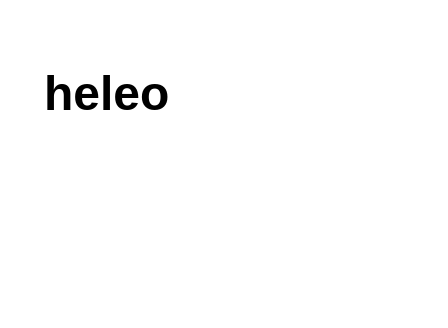
minhphonghp2003/image keeps this draw.io diagram as maldev.drawio. Above is the earlier version. Source tidied: cells renumbered, new cells numbered last; positions are measured from the earlier drawing's top-left corner, leaving out a move shared by most shapes. Both pictures are drawn from the tidied source at 200%, with x=0, y=0 at pixel (34, 54).
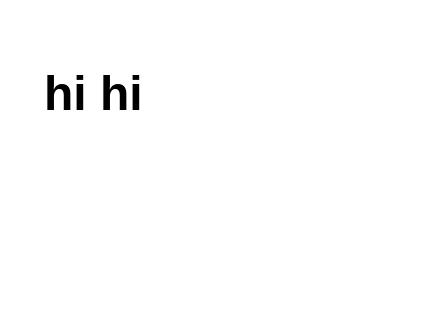
The same diagram, later.

Commit message:
Cập nhật maldev.drawio

Change to the diagram source:
```diff
@@
 <mxGraphModel>
   <root>
     <mxCell id="0" />
     <mxCell id="1" parent="0" />
-    <mxCell id="2" value="&lt;h1&gt;heleo&lt;/h1&gt;" style="text;html=1;spacing=5;spacingTop=-20;whiteSpace=wrap;overflow=hidden;rounded=0;" parent="1" vertex="1">
+    <mxCell id="2" value="&lt;h1&gt;hi hi&lt;/h1&gt;&lt;div&gt;&lt;br&gt;&lt;/div&gt;" style="text;html=1;spacing=5;spacingTop=-20;whiteSpace=wrap;overflow=hidden;rounded=0;" parent="1" vertex="1">
       <mxGeometry width="190" height="120" as="geometry" />
     </mxCell>
   </root>
 </mxGraphModel>
```
